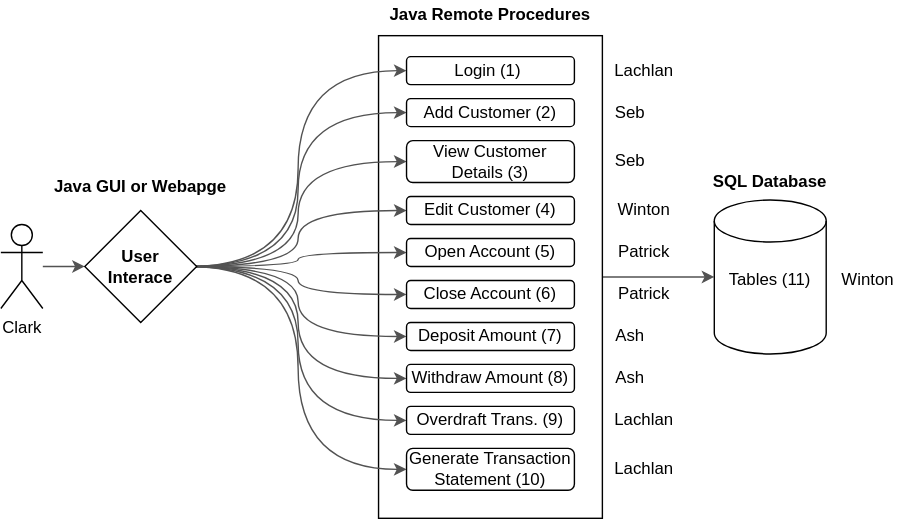
Above: System Design.svg in lolcats111/JDBC-Project-Group-B (draw.io), before the change. Source tidied: cells renumbered, new cells last; positions are measured from the earlier drawing's top-left corner, leaving out a move shared by most shapes.
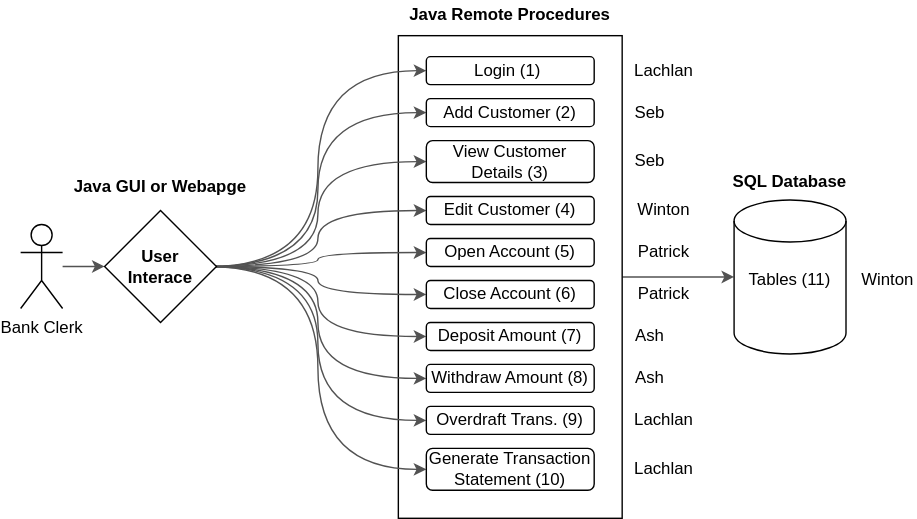
Later version of the same file.

Diff of the diagram source:
```diff
@@ -136,7 +136,7 @@
     <mxCell id="39" style="edgeStyle=orthogonalEdgeStyle;curved=1;rounded=0;jettySize=auto;html=1;strokeColor=#525252;entryX=0;entryY=0.5;entryDx=0;entryDy=0;" parent="1" edge="1" source="40" target="41">
       <mxGeometry relative="1" as="geometry" />
     </mxCell>
-    <mxCell id="40" value="Clark" style="shape=umlActor;verticalLabelPosition=bottom;verticalAlign=top;html=1;outlineConnect=0;" parent="1" vertex="1">
+    <mxCell id="40" value="Bank Clerk" style="shape=umlActor;verticalLabelPosition=bottom;verticalAlign=top;html=1;outlineConnect=0;" parent="1" vertex="1">
       <mxGeometry y="160" width="30" height="60" as="geometry" />
     </mxCell>
     <mxCell id="41" value="User&lt;br&gt;Interace" style="rhombus;whiteSpace=wrap;html=1;fontStyle=1;" parent="1" vertex="1">
```
